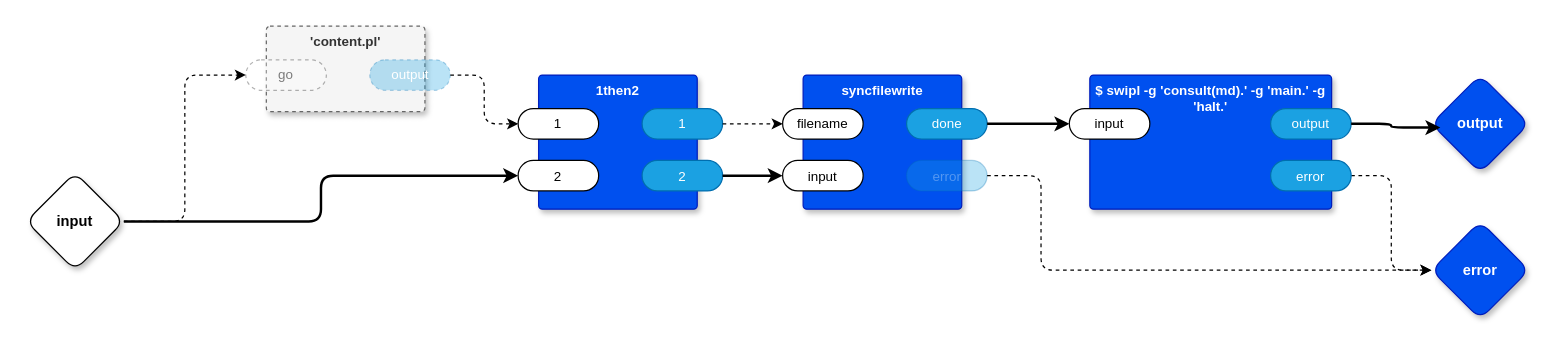
Before: page "Generate Markdown" (4 of 7) of src/top.drawio in guitarvydas/kinopio2md, a draw.io diagram. Source tidied: cells renumbered, new cells numbered last; positions are measured from the earlier drawing's top-left corner, leaving out a move shared by most shapes. Both pictures are drawn from the tidied source at 122%, with x=0, y=0 at pixel (26, 26).
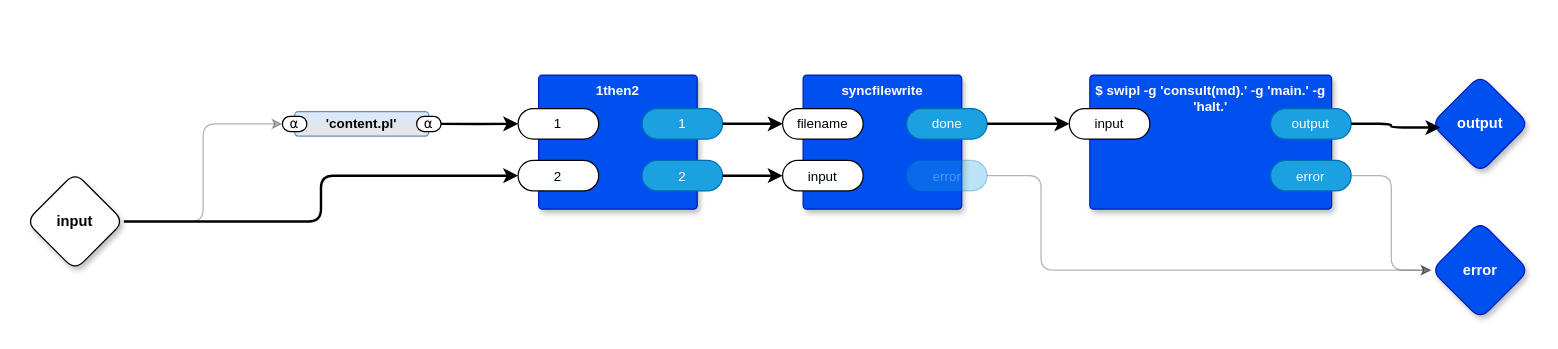
Above is the later version.

Unchanged cells that the change refers to:
```xml
<mxCell id="3" value="filename" style="rounded=1;whiteSpace=wrap;html=1;sketch=0;points=[[0,0.5,0,0,0],[1,0.5,0,0,0]];arcSize=50;fontFamily=Helvetica;fontSize=11;fontColor=default;" parent="2" vertex="1">
  <mxGeometry x="-16.8" y="27.5" width="66" height="25" as="geometry" />
</mxCell>
<mxCell id="5" value="error" style="rounded=1;whiteSpace=wrap;html=1;sketch=0;points=[[0,0.5,0,0,0],[1,0.5,0,0,0]];fillColor=#1ba1e2;fontColor=#ffffff;strokeColor=#006EAF;arcSize=50;fontFamily=Helvetica;fontSize=11;textOpacity=30;opacity=30;" parent="2" vertex="1">
  <mxGeometry x="84.8" y="70" width="66" height="25" as="geometry" />
</mxCell>
<mxCell id="12" value="input" style="rhombus;whiteSpace=wrap;html=1;rounded=1;fontStyle=1;glass=0;sketch=0;fontSize=12;points=[[0,0.5,0,0,0],[0.5,0,0,0,0],[0.5,1,0,0,0],[1,0.5,0,0,0]];shadow=1;" parent="1" vertex="1">
  <mxGeometry y="120" width="80" height="80" as="geometry" />
</mxCell>
<mxCell id="14" value="error" style="rhombus;whiteSpace=wrap;html=1;rounded=1;fillColor=#0050ef;fontColor=#ffffff;strokeColor=#001DBC;fontStyle=1;glass=0;sketch=0;fontSize=12;points=[[0,0.5,0,0,0],[0.5,0,0,0,0],[0.5,1,0,0,0],[1,0.5,0,0,0]];shadow=1;" parent="1" vertex="1">
  <mxGeometry x="1151.8" y="160" width="80" height="80" as="geometry" />
</mxCell>
<mxCell id="18" value="1" style="rounded=1;whiteSpace=wrap;html=1;sketch=0;points=[[0,0.5,0,0,0],[1,0.5,0,0,0]];arcSize=50;fontFamily=Helvetica;fontSize=11;fontColor=default;" parent="17" vertex="1">
  <mxGeometry x="-16.8" y="27.5" width="66" height="25" as="geometry" />
</mxCell>
<mxCell id="19" value="1" style="rounded=1;whiteSpace=wrap;html=1;sketch=0;points=[[0,0.5,0,0,0],[1,0.5,0,0,0]];fillColor=#1ba1e2;fontColor=#ffffff;strokeColor=#006EAF;arcSize=50;fontFamily=Helvetica;fontSize=11;" parent="17" vertex="1">
  <mxGeometry x="84.8" y="27.5" width="66" height="25" as="geometry" />
</mxCell>
<mxCell id="28" value="error" style="rounded=1;whiteSpace=wrap;html=1;sketch=0;points=[[0,0.5,0,0,0],[1,0.5,0,0,0]];fillColor=#1ba1e2;fontColor=#ffffff;strokeColor=#006EAF;arcSize=50;fontFamily=Helvetica;fontSize=11;" parent="25" vertex="1">
  <mxGeometry x="148.2" y="70" width="66" height="25" as="geometry" />
</mxCell>
```

Diff of the diagram source:
```diff
@@
-    <mxCell id="7" value="'content.pl'" style="rounded=1;whiteSpace=wrap;html=1;sketch=0;verticalAlign=top;arcSize=6;fontStyle=1;absoluteArcSize=1;shadow=1;fontFamily=Helvetica;fontSize=11;dashed=1;fillColor=#f5f5f5;fontColor=#333333;strokeColor=#666666;" parent="1" vertex="1">
-      <mxGeometry x="196.8" width="130" height="70" as="geometry" />
-    </mxCell>
-    <mxCell id="8" value="go" style="rounded=1;whiteSpace=wrap;html=1;sketch=0;points=[[0,0.5,0,0,0],[1,0.5,0,0,0]];arcSize=50;fontFamily=Helvetica;fontSize=11;fontColor=default;dashed=1;textOpacity=50;opacity=30;" parent="7" vertex="1">
-      <mxGeometry x="-16.8" y="27.5" width="66" height="25" as="geometry" />
-    </mxCell>
-    <mxCell id="9" value="output" style="rounded=1;whiteSpace=wrap;html=1;sketch=0;points=[[0,0.5,0,0,0],[1,0.5,0,0,0]];fillColor=#1ba1e2;fontColor=#ffffff;strokeColor=#006EAF;arcSize=50;fontFamily=Helvetica;fontSize=11;opacity=30;dashed=1;" parent="7" vertex="1">
-      <mxGeometry x="84.8" y="27.5" width="66" height="25" as="geometry" />
-    </mxCell>
@@
-    <mxCell id="11" style="edgeStyle=orthogonalEdgeStyle;shape=connector;rounded=1;jettySize=auto;html=1;exitX=1;exitY=0.5;exitDx=0;exitDy=0;exitPerimeter=0;entryX=0;entryY=0.5;entryDx=0;entryDy=0;entryPerimeter=0;labelBackgroundColor=default;strokeColor=default;fontFamily=Helvetica;fontSize=11;fontColor=default;endArrow=classic;dashed=1;" parent="1" edge="1" source="12" target="8">
-      <mxGeometry relative="1" as="geometry" />
-    </mxCell>
@@
-    <mxCell id="15" style="edgeStyle=orthogonalEdgeStyle;shape=connector;rounded=1;jettySize=auto;html=1;exitX=1;exitY=0.5;exitDx=0;exitDy=0;exitPerimeter=0;entryX=0;entryY=0.5;entryDx=0;entryDy=0;entryPerimeter=0;labelBackgroundColor=default;strokeColor=default;fontFamily=Helvetica;fontSize=11;fontColor=default;endArrow=classic;dashed=1;" parent="1" edge="1" source="28" target="14">
+    <mxCell id="15" style="edgeStyle=orthogonalEdgeStyle;shape=connector;rounded=1;jettySize=auto;html=1;exitX=1;exitY=0.5;exitDx=0;exitDy=0;exitPerimeter=0;entryX=0;entryY=0.5;entryDx=0;entryDy=0;entryPerimeter=0;labelBackgroundColor=default;strokeColor=default;fontFamily=Helvetica;fontSize=11;fontColor=default;endArrow=classic;opacity=30;" parent="1" edge="1" source="28" target="14">
       <mxGeometry relative="1" as="geometry" />
     </mxCell>
-    <mxCell id="16" style="edgeStyle=orthogonalEdgeStyle;shape=connector;rounded=1;jettySize=auto;html=1;exitX=1;exitY=0.5;exitDx=0;exitDy=0;exitPerimeter=0;entryX=0;entryY=0.5;entryDx=0;entryDy=0;entryPerimeter=0;labelBackgroundColor=default;strokeColor=default;fontFamily=Helvetica;fontSize=11;fontColor=default;endArrow=classic;dashed=1;" parent="1" edge="1" source="5" target="14">
+    <mxCell id="16" style="edgeStyle=orthogonalEdgeStyle;shape=connector;rounded=1;jettySize=auto;html=1;exitX=1;exitY=0.5;exitDx=0;exitDy=0;exitPerimeter=0;entryX=0;entryY=0.5;entryDx=0;entryDy=0;entryPerimeter=0;labelBackgroundColor=default;strokeColor=default;fontFamily=Helvetica;fontSize=11;fontColor=default;endArrow=classic;opacity=30;" parent="1" edge="1" source="5" target="14">
       <mxGeometry relative="1" as="geometry">
         <Array as="points">
           <mxPoint x="831.8" y="123" />
           <mxPoint x="831.8" y="200" />
         </Array>
       </mxGeometry>
     </mxCell>
@@
-    <mxCell id="22" style="edgeStyle=orthogonalEdgeStyle;shape=connector;rounded=1;jettySize=auto;html=1;exitX=1;exitY=0.5;exitDx=0;exitDy=0;exitPerimeter=0;entryX=0;entryY=0.5;entryDx=0;entryDy=0;entryPerimeter=0;labelBackgroundColor=default;strokeColor=default;fontFamily=Helvetica;fontSize=11;fontColor=default;endArrow=classic;dashed=1;" parent="1" edge="1" source="19" target="3">
+    <mxCell id="22" style="edgeStyle=orthogonalEdgeStyle;shape=connector;rounded=1;jettySize=auto;html=1;exitX=1;exitY=0.5;exitDx=0;exitDy=0;exitPerimeter=0;entryX=0;entryY=0.5;entryDx=0;entryDy=0;entryPerimeter=0;labelBackgroundColor=default;strokeColor=default;fontFamily=Helvetica;fontSize=11;fontColor=default;endArrow=classic;strokeWidth=2;" parent="1" edge="1" source="19" target="3">
       <mxGeometry relative="1" as="geometry" />
     </mxCell>
@@
-    <mxCell id="24" style="edgeStyle=orthogonalEdgeStyle;shape=connector;rounded=1;jettySize=auto;html=1;entryX=0;entryY=0.5;entryDx=0;entryDy=0;entryPerimeter=0;labelBackgroundColor=default;strokeColor=default;fontFamily=Helvetica;fontSize=11;fontColor=default;endArrow=classic;dashed=1;" parent="1" edge="1" source="9" target="18">
-      <mxGeometry relative="1" as="geometry" />
-    </mxCell>
@@
+    <mxCell id="7" value="'content.pl'" style="rounded=1;whiteSpace=wrap;html=1;sketch=0;verticalAlign=middle;arcSize=6;fontStyle=1;absoluteArcSize=1;shadow=0;strokeColor=#6c8ebf;fillColor=#dae8fc;fontFamily=Helvetica;fontSize=11;gradientColor=#E6E6E6;" parent="1" vertex="1">
+      <mxGeometry x="220" y="70" width="110" height="20" as="geometry" />
+    </mxCell>
+    <mxCell id="31" value="⍺" style="rounded=1;whiteSpace=wrap;html=1;sketch=0;points=[[0,0.5,0,0,0],[1,0.5,0,0,0]];arcSize=50;fontFamily=Helvetica;fontSize=11;fontColor=default;" parent="7" vertex="1">
+      <mxGeometry x="100" y="3.8" width="20" height="12.5" as="geometry" />
+    </mxCell>
+    <mxCell id="32" value="⍺" style="rounded=1;whiteSpace=wrap;html=1;sketch=0;points=[[0,0.5,0,0,0],[1,0.5,0,0,0]];arcSize=50;fontFamily=Helvetica;fontSize=11;fontColor=default;" parent="7" vertex="1">
+      <mxGeometry x="-10" y="3.8" width="20" height="12.5" as="geometry" />
+    </mxCell>
+    <mxCell id="33" style="edgeStyle=orthogonalEdgeStyle;rounded=0;jettySize=auto;html=1;exitX=1;exitY=0.5;exitDx=0;exitDy=0;exitPerimeter=0;entryX=0;entryY=0.5;entryDx=0;entryDy=0;entryPerimeter=0;strokeWidth=2;" parent="1" edge="1" source="31" target="18">
+      <mxGeometry relative="1" as="geometry" />
+    </mxCell>
+    <mxCell id="34" style="edgeStyle=orthogonalEdgeStyle;rounded=1;jettySize=auto;html=1;exitX=1;exitY=0.5;exitDx=0;exitDy=0;exitPerimeter=0;entryX=0;entryY=0.5;entryDx=0;entryDy=0;entryPerimeter=0;curved=0;opacity=30;" parent="1" edge="1" source="12" target="32">
+      <mxGeometry relative="1" as="geometry" />
+    </mxCell>
```
